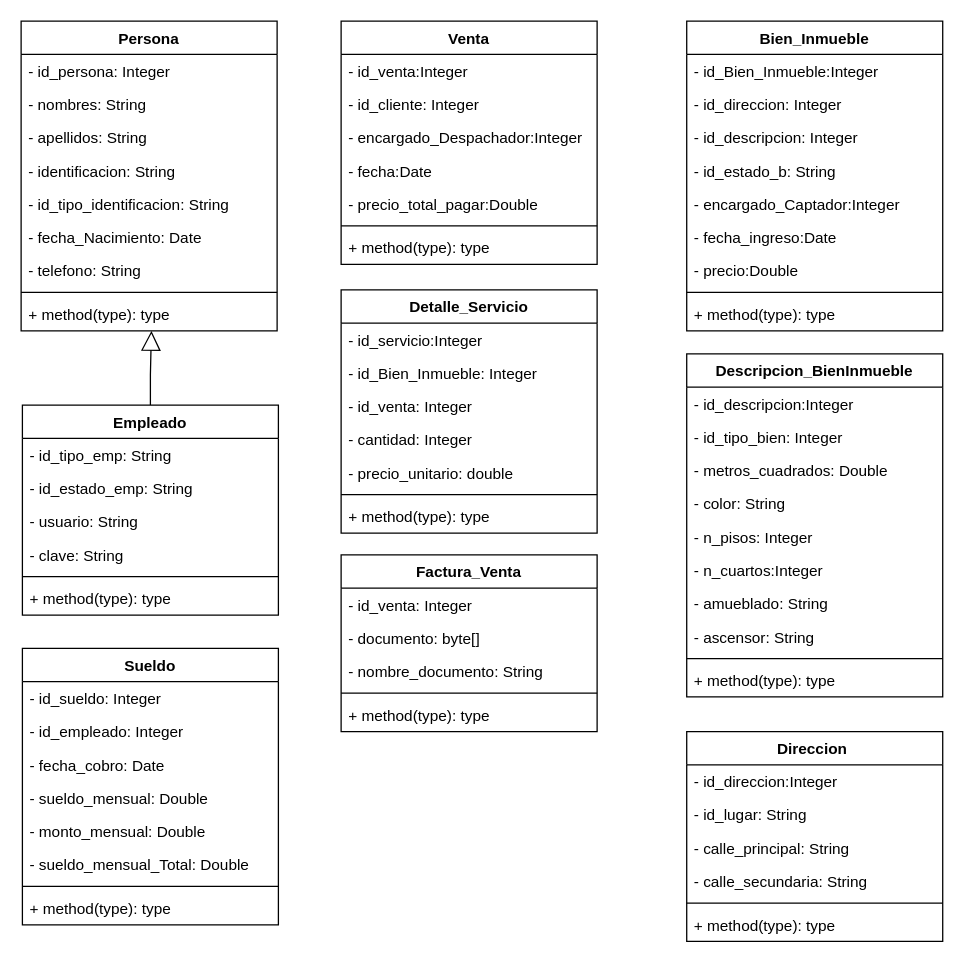
Before: RED-EMART/uml/Uml_Red-Emart.drawio in KBGR55/RED_EMART, a draw.io diagram. Source tidied: cells renumbered, new cells numbered last; positions are measured from the earlier drawing's top-left corner, leaving out a move shared by most shapes. Both pictures are drawn from the tidied source at 128%, with x=0, y=0 at pixel (20, 20).
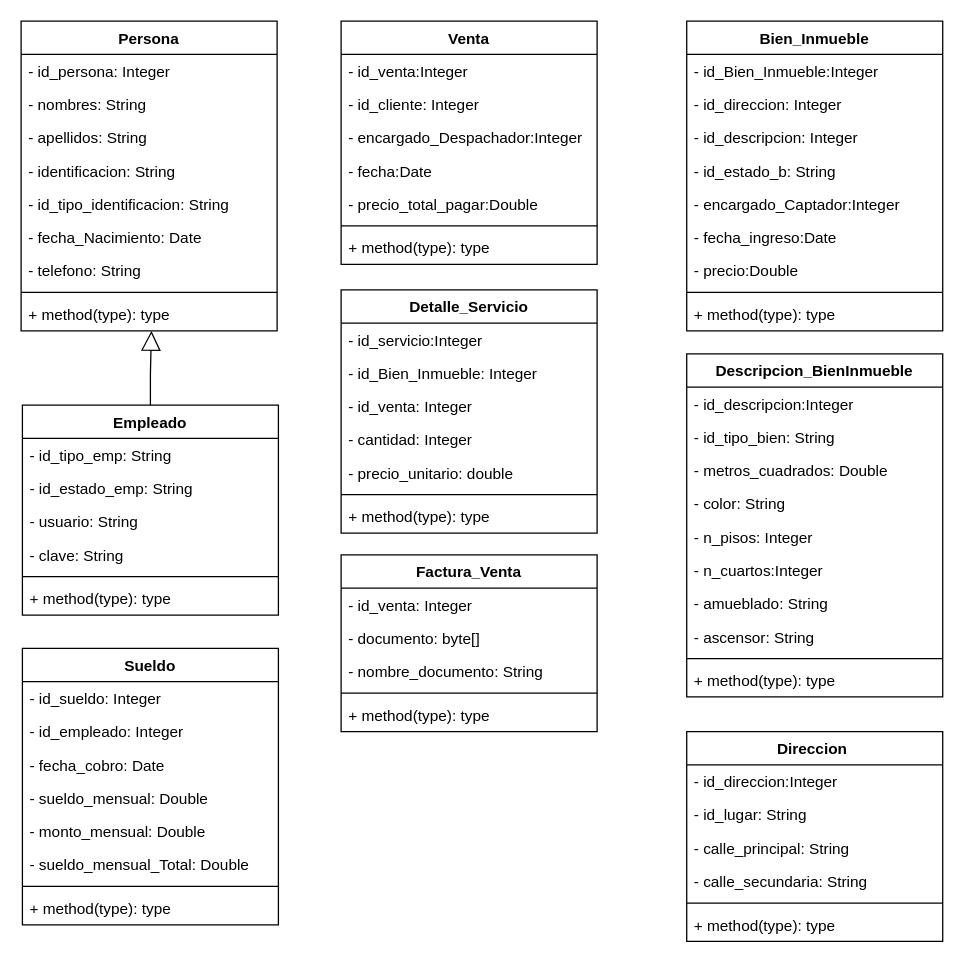
After the change.

Commit message:
Actualización versión 4.01 - uml

Unchanged cells that the change refers to:
```xml
<mxCell id="12" value="Descripcion_BienInmueble" style="swimlane;fontStyle=1;align=center;verticalAlign=top;horizontal=1;startSize=26;" parent="1" vertex="1">
  <mxGeometry x="520" y="260" width="200" height="268" as="geometry" />
</mxCell>
```

Change to the diagram source:
```diff
@@
-    <mxCell id="14" value="- id_tipo_bien: Integer" style="text;strokeColor=none;fillColor=none;align=left;verticalAlign=top;spacingLeft=4;spacingRight=4;overflow=hidden;" parent="12" vertex="1">
+    <mxCell id="14" value="- id_tipo_bien: String" style="text;strokeColor=none;fillColor=none;align=left;verticalAlign=top;spacingLeft=4;spacingRight=4;overflow=hidden;" parent="12" vertex="1">
       <mxGeometry y="52" width="200" height="26" as="geometry" />
     </mxCell>
```
